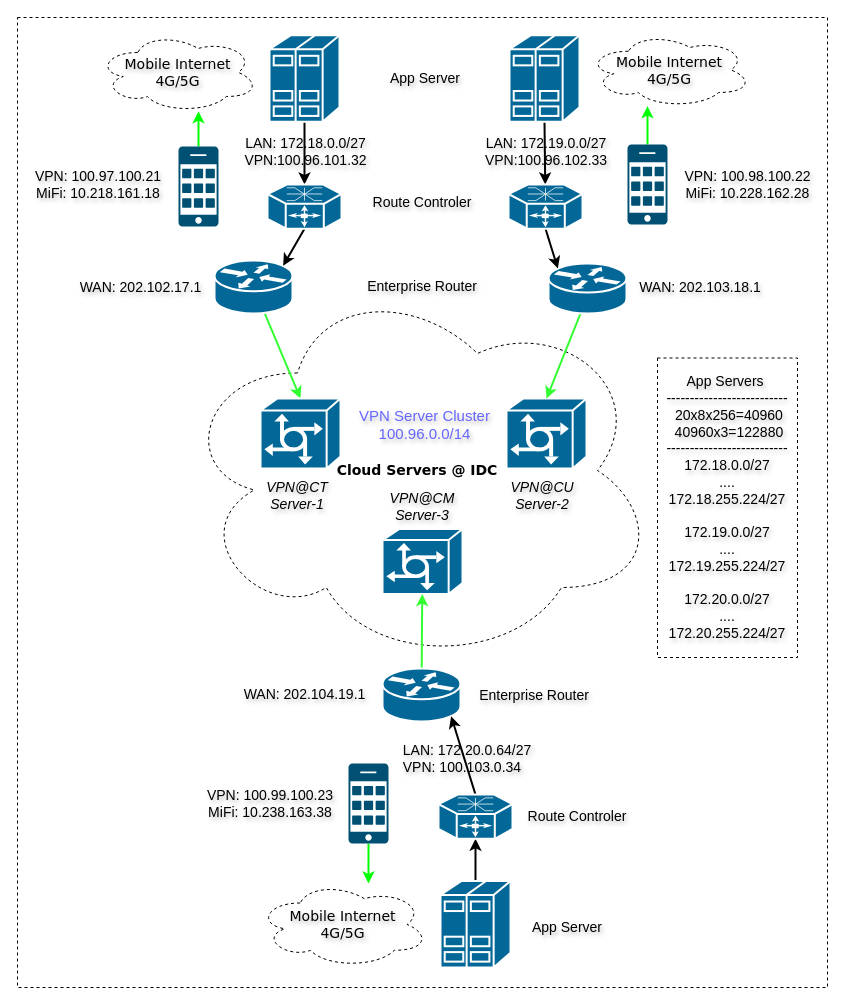
Above: Untitled Diagram.drawio in nxtreaming/andy_study (draw.io), before the change. Source tidied: cells renumbered, new cells numbered last; positions are measured from the earlier drawing's top-left corner, leaving out a move shared by most shapes. Both pictures are drawn from the tidied source at 100%, with x=0, y=0 at pixel (17, 17).
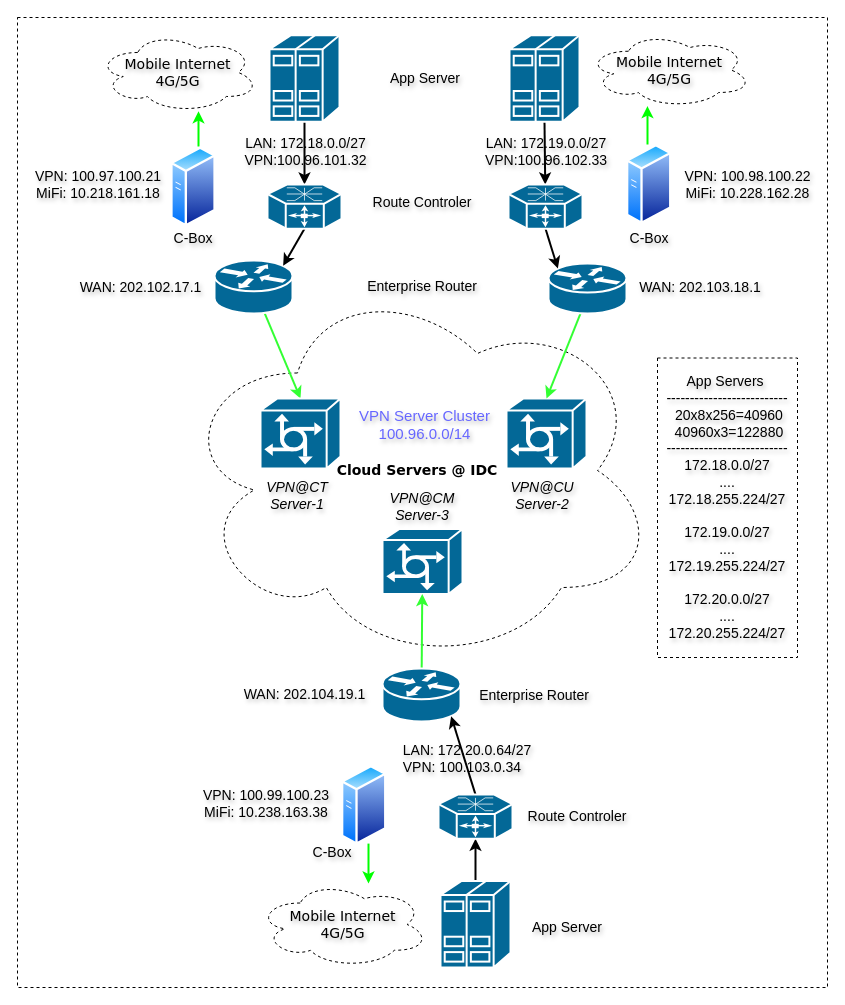
After the change.

The change refers to these unchanged cells:
```xml
<mxCell id="4" value="&lt;font style=&quot;font-size: 14px;&quot;&gt;Mobile Internet&lt;br&gt;4G/5G&lt;br&gt;&lt;/font&gt;" style="ellipse;shape=cloud;whiteSpace=wrap;html=1;rounded=0;shadow=0;comic=0;strokeWidth=1;fontFamily=Verdana;fontSize=12;dashed=1;textShadow=1;" parent="1" vertex="1">
  <mxGeometry x="80" y="15" width="161" height="80" as="geometry" />
</mxCell>
<mxCell id="18" value="&lt;font style=&quot;font-size: 14px;&quot;&gt;Mobile Internet&lt;br&gt;4G/5G&lt;br&gt;&lt;/font&gt;" style="ellipse;shape=cloud;whiteSpace=wrap;html=1;rounded=0;shadow=0;comic=0;strokeWidth=1;fontFamily=Verdana;fontSize=12;dashed=1;textShadow=1;" parent="1" vertex="1">
  <mxGeometry x="570" y="15" width="164" height="75" as="geometry" />
</mxCell>
<mxCell id="26" value="&lt;font style=&quot;font-size: 14px;&quot;&gt;Mobile Internet&lt;br&gt;4G/5G&lt;br&gt;&lt;/font&gt;" style="ellipse;shape=cloud;whiteSpace=wrap;html=1;rounded=0;shadow=0;comic=0;strokeWidth=1;fontFamily=Verdana;fontSize=12;dashed=1;textShadow=1;" parent="1" vertex="1">
  <mxGeometry x="240" y="864" width="171" height="86" as="geometry" />
</mxCell>
```

The edit, as a diff of the source:
```diff
@@
-    <mxCell id="7" style="edgeStyle=orthogonalEdgeStyle;rounded=0;jettySize=auto;html=1;strokeColor=#00FF00;strokeWidth=2;" parent="1" edge="1" source="8" target="4">
+    <mxCell id="7" style="edgeStyle=orthogonalEdgeStyle;rounded=0;jettySize=auto;html=1;strokeColor=#00FF00;strokeWidth=2;" parent="1" edge="1" target="4">
       <mxGeometry relative="1" as="geometry">
+        <mxPoint x="181" y="129" as="sourcePoint" />
         <Array as="points">
           <mxPoint x="181" y="110" />
           <mxPoint x="181" y="110" />
         </Array>
       </mxGeometry>
     </mxCell>
-    <mxCell id="8" style="sketch=0;points=[[0.015,0.015,0],[0.985,0.015,0],[0.985,0.985,0],[0.015,0.985,0],[0.25,0,0],[0.5,0,0],[0.75,0,0],[1,0.25,0],[1,0.5,0],[1,0.75,0],[0.75,1,0],[0.5,1,0],[0.25,1,0],[0,0.75,0],[0,0.5,0],[0,0.25,0]];verticalLabelPosition=bottom;html=1;verticalAlign=top;align=center;shape=mxgraph.cisco19.cell_phone;fillColor=#005073;strokeColor=none;" parent="1" vertex="1">
-      <mxGeometry x="161" y="129" width="40" height="80" as="geometry" />
-    </mxCell>
@@
-    <mxCell id="21" style="edgeStyle=orthogonalEdgeStyle;rounded=0;jettySize=auto;html=1;strokeColor=#00FF00;strokeWidth=2;" parent="1" edge="1" source="22" target="18">
+    <mxCell id="21" style="edgeStyle=orthogonalEdgeStyle;rounded=0;jettySize=auto;html=1;strokeColor=#00FF00;strokeWidth=2;" parent="1" edge="1" target="18">
       <mxGeometry relative="1" as="geometry">
+        <mxPoint x="630" y="127" as="sourcePoint" />
         <Array as="points">
           <mxPoint x="630" y="110" />
           <mxPoint x="630" y="110" />
         </Array>
       </mxGeometry>
     </mxCell>
-    <mxCell id="22" style="sketch=0;points=[[0.015,0.015,0],[0.985,0.015,0],[0.985,0.985,0],[0.015,0.985,0],[0.25,0,0],[0.5,0,0],[0.75,0,0],[1,0.25,0],[1,0.5,0],[1,0.75,0],[0.75,1,0],[0.5,1,0],[0.25,1,0],[0,0.75,0],[0,0.5,0],[0,0.25,0]];verticalLabelPosition=bottom;html=1;verticalAlign=top;align=center;shape=mxgraph.cisco19.cell_phone;fillColor=#005073;strokeColor=none;" parent="1" vertex="1">
-      <mxGeometry x="610" y="127" width="40" height="80" as="geometry" />
-    </mxCell>
@@
-    <mxCell id="29" style="edgeStyle=orthogonalEdgeStyle;rounded=0;jettySize=auto;html=1;strokeWidth=2;strokeColor=#00FF00;" parent="1" edge="1" source="30" target="26">
+    <mxCell id="29" style="edgeStyle=orthogonalEdgeStyle;rounded=0;jettySize=auto;html=1;strokeWidth=2;strokeColor=#00FF00;" parent="1" edge="1" target="26">
       <mxGeometry relative="1" as="geometry">
+        <mxPoint x="351" y="826.1" as="sourcePoint" />
         <Array as="points">
           <mxPoint x="351" y="874" />
           <mxPoint x="351" y="874" />
         </Array>
       </mxGeometry>
     </mxCell>
-    <mxCell id="30" style="sketch=0;points=[[0.015,0.015,0],[0.985,0.015,0],[0.985,0.985,0],[0.015,0.985,0],[0.25,0,0],[0.5,0,0],[0.75,0,0],[1,0.25,0],[1,0.5,0],[1,0.75,0],[0.75,1,0],[0.5,1,0],[0.25,1,0],[0,0.75,0],[0,0.5,0],[0,0.25,0]];verticalLabelPosition=bottom;html=1;verticalAlign=top;align=center;shape=mxgraph.cisco19.cell_phone;fillColor=#005073;strokeColor=none;" parent="1" vertex="1">
-      <mxGeometry x="331" y="746.1" width="40" height="80" as="geometry" />
-    </mxCell>
@@
     <mxCell id="41" value="&lt;font style=&quot;font-size: 14px;&quot;&gt;VPN: 100.99.100.23&lt;br&gt;MiFi: 10.238.163.38&lt;br&gt;&lt;/font&gt;" style="text;strokeColor=none;align=center;fillColor=none;html=1;verticalAlign=middle;whiteSpace=wrap;rounded=0;textShadow=1;" parent="1" vertex="1">
-      <mxGeometry x="181" y="760.7" width="144" height="50.9" as="geometry" />
+      <mxGeometry x="177" y="760.7" width="144" height="50.9" as="geometry" />
     </mxCell>
     <mxCell id="42" value="&lt;font color=&quot;#6666ff&quot; style=&quot;font-size: 15px;&quot;&gt;VPN Server Cluster&lt;br&gt;100.96.0.0/14&lt;/font&gt;" style="text;align=center;html=1;verticalAlign=middle;whiteSpace=wrap;rounded=0;fontColor=#EA6B66;labelBorderColor=none;textShadow=1;" parent="1" vertex="1">
-      <mxGeometry x="329" y="381" width="157" height="51" as="geometry" />
+      <mxGeometry x="332" y="381" width="151" height="51" as="geometry" />
     </mxCell>
@@
+    <mxCell id="55" style="image;perimeter=ellipsePerimeter;html=1;align=center;shadow=0;dashed=0;spacingTop=3;image=img/lib/active_directory/generic_server.svg;" parent="1" vertex="1">
+      <mxGeometry x="153.3" y="129" width="45.4" height="81" as="geometry" />
+    </mxCell>
+    <mxCell id="56" style="image;perimeter=ellipsePerimeter;html=1;align=center;shadow=0;dashed=0;spacingTop=3;image=img/lib/active_directory/generic_server.svg;" parent="1" vertex="1">
+      <mxGeometry x="324" y="747.4" width="45.4" height="81" as="geometry" />
+    </mxCell>
+    <mxCell id="57" style="image;perimeter=ellipsePerimeter;html=1;align=center;shadow=0;dashed=0;spacingTop=3;image=img/lib/active_directory/generic_server.svg;" parent="1" vertex="1">
+      <mxGeometry x="609" y="126.5" width="45.4" height="81" as="geometry" />
+    </mxCell>
+    <mxCell id="58" value="&lt;font style=&quot;font-size: 14px;&quot;&gt;C-Box&lt;/font&gt;" style="text;strokeColor=none;align=center;fillColor=none;html=1;verticalAlign=middle;whiteSpace=wrap;rounded=0;textShadow=1;" parent="1" vertex="1">
+      <mxGeometry x="146" y="207.5" width="60" height="26.5" as="geometry" />
+    </mxCell>
+    <mxCell id="59" value="&lt;font style=&quot;font-size: 14px;&quot;&gt;C-Box&lt;/font&gt;" style="text;strokeColor=none;align=center;fillColor=none;html=1;verticalAlign=middle;whiteSpace=wrap;rounded=0;textShadow=1;" parent="1" vertex="1">
+      <mxGeometry x="285" y="821.4" width="60" height="26.5" as="geometry" />
+    </mxCell>
+    <mxCell id="60" value="&lt;font style=&quot;font-size: 14px;&quot;&gt;C-Box&lt;/font&gt;" style="text;strokeColor=none;align=center;fillColor=none;html=1;verticalAlign=middle;whiteSpace=wrap;rounded=0;textShadow=1;" parent="1" vertex="1">
+      <mxGeometry x="601.7" y="207.5" width="60" height="26.5" as="geometry" />
+    </mxCell>
```
